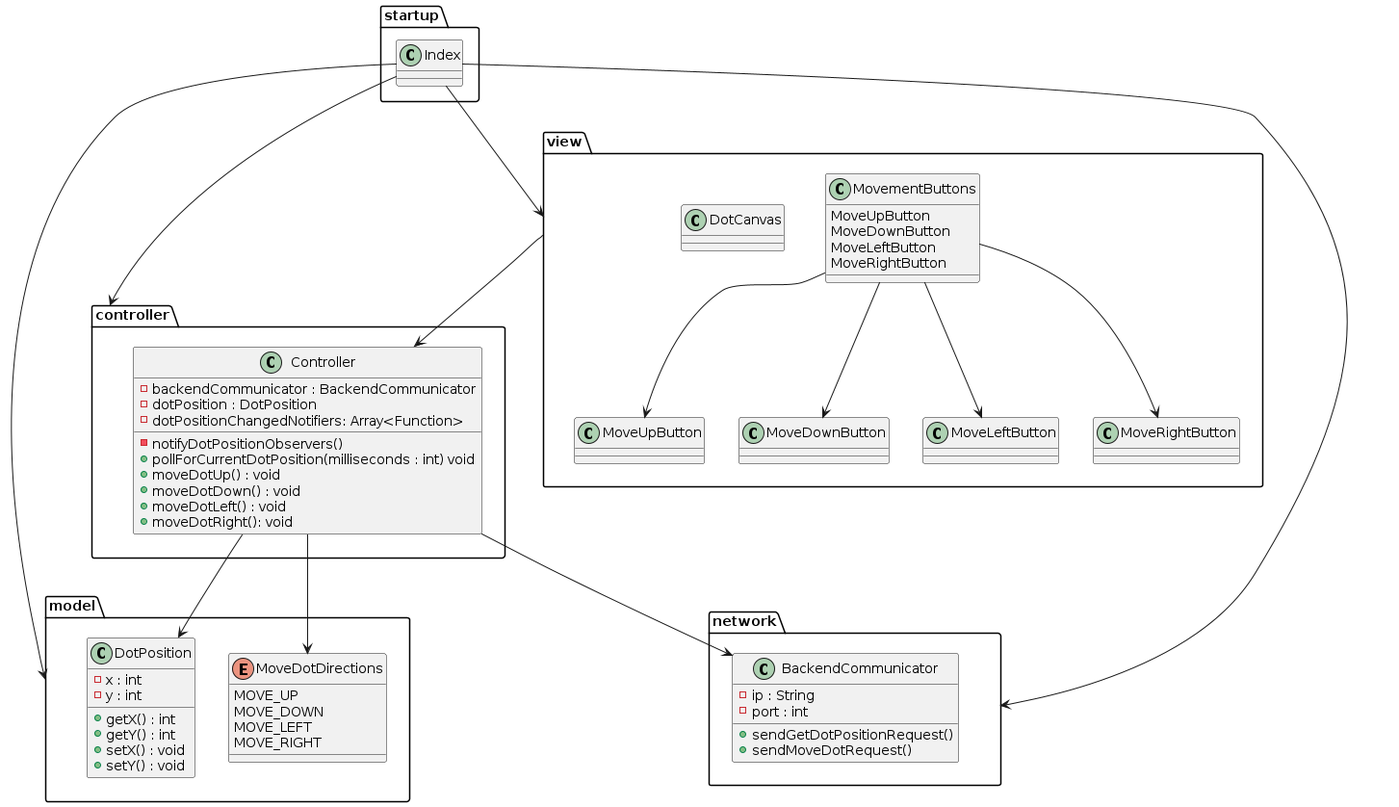
The PlantUML diagram documentation/frontend/visualized/classDiagram.png in siavashhanifi/move-dot, before a commit.
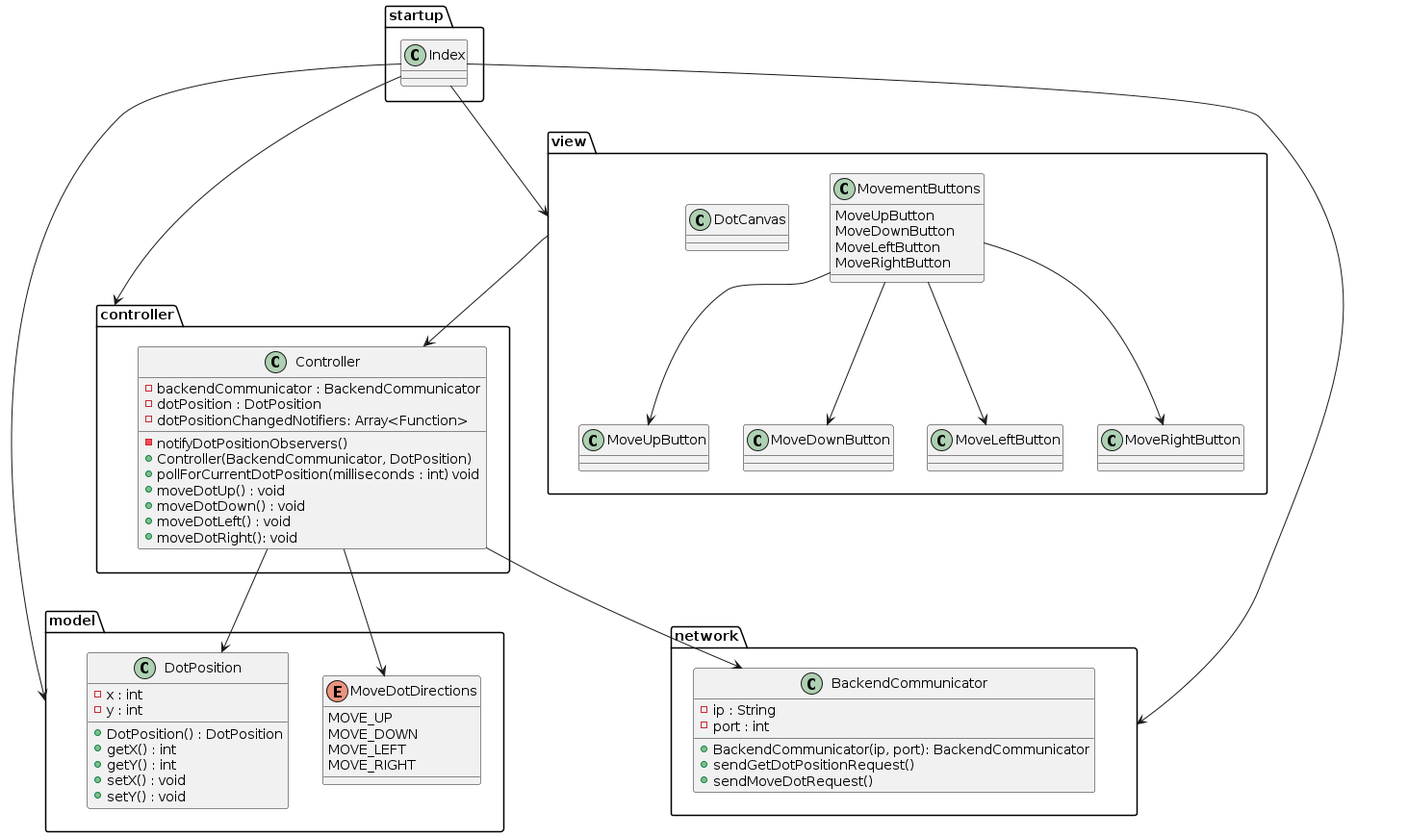
After the change.

The edit, as a diff of the source:
```diff
@@ -30,6 +30,7 @@
         -dotPosition : DotPosition
         -dotPositionChangedNotifiers: Array<Function>
         -notifyDotPositionObservers()
+        +Controller(BackendCommunicator, DotPosition)
         +pollForCurrentDotPosition(milliseconds : int) void
         +moveDotUp() : void
         +moveDotDown() : void
@@ -42,6 +43,7 @@
     class BackendCommunicator{
         -ip : String
         -port : int
+        +BackendCommunicator(ip, port): BackendCommunicator
         +sendGetDotPositionRequest()
         +sendMoveDotRequest()
     }
@@ -59,6 +61,7 @@
     {
         -x : int
         -y : int
+        +DotPosition() : DotPosition
         +getX() : int
         +getY() : int
         +setX() : void
```
